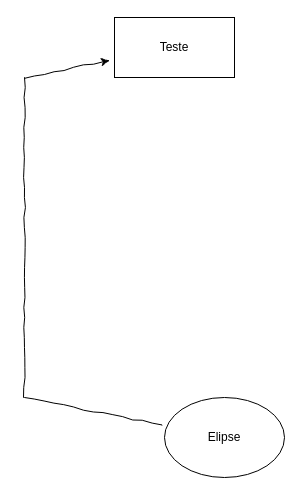
leandrosly/Auto-Diagram keeps this draw.io diagram as AutoDiaTeste.drawio. Above is the earlier version. Source tidied: cells renumbered, new cells numbered last; positions are measured from the earlier drawing's top-left corner, leaving out a move shared by most shapes. Both pictures are drawn from the tidied source at 100%, with x=0, y=0 at pixel (24, 17).
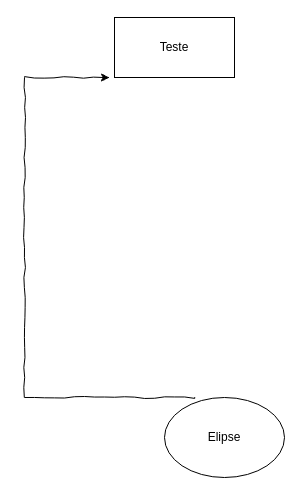
After the change.

Commit message:
Ativa ortogonal

The edit, as a diff of the source:
```diff
@@
 <mxGraphModel>
   <root>
     <mxCell id="0" />
     <mxCell id="1" parent="0" />
-    <mxCell id="2" style="edgeStyle=orthogonalEdgeStyle;rounded=0;jettySize=auto;html=1;strokeColor=default;curved=0;perimeterSpacing=5;comic=1;jiggle=2;enumerate=0;orthogonal=0;" parent="1" edge="1" source="4" target="3">
+    <mxCell id="2" style="edgeStyle=orthogonalEdgeStyle;rounded=0;jettySize=auto;html=1;strokeColor=default;curved=0;perimeterSpacing=5;comic=1;jiggle=2;enumerate=0;orthogonal=1;" parent="1" edge="1" source="4" target="3">
       <mxGeometry relative="1" as="geometry">
         <Array as="points">
           <mxPoint y="380" />
           <mxPoint y="60" />
         </Array>
       </mxGeometry>
     </mxCell>
     <mxCell id="3" value="Teste" style="rounded=10;whiteSpace=wrap;html=1;" parent="1" vertex="1">
       <mxGeometry x="90" width="120" height="60" as="geometry" />
     </mxCell>
     <mxCell id="4" value="Elipse" style="ellipse;whiteSpace=wrap;html=1;" parent="1" vertex="1">
       <mxGeometry x="140" y="380" width="120" height="80" as="geometry" />
     </mxCell>
   </root>
 </mxGraphModel>
```
